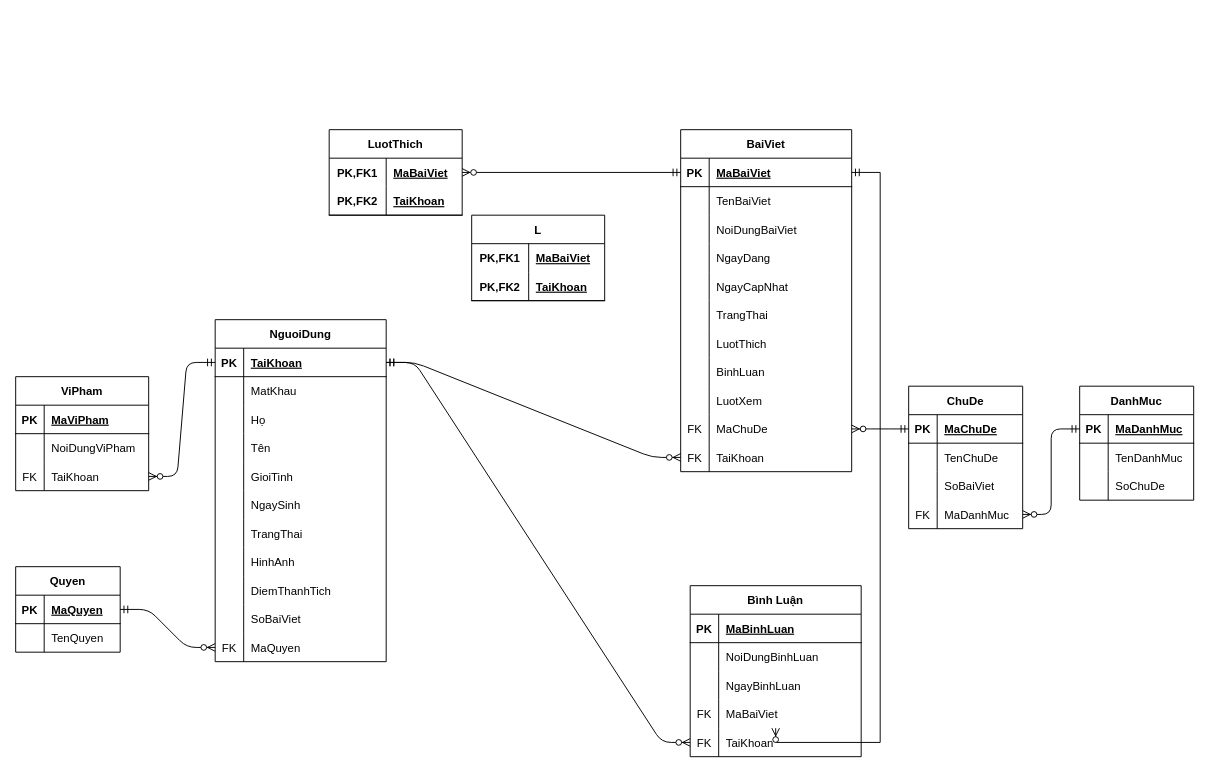
phanvandinh99/Forum keeps this draw.io diagram as page "Page-2" (2 of 2) of Other/Diagram.drawio. Above is the earlier version. Source tidied: cells renumbered, new cells numbered last; positions are measured from the earlier drawing's top-left corner, leaving out a move shared by most shapes. Both pictures are drawn from the tidied source at 95%, with x=0, y=0 at pixel (15, 129).
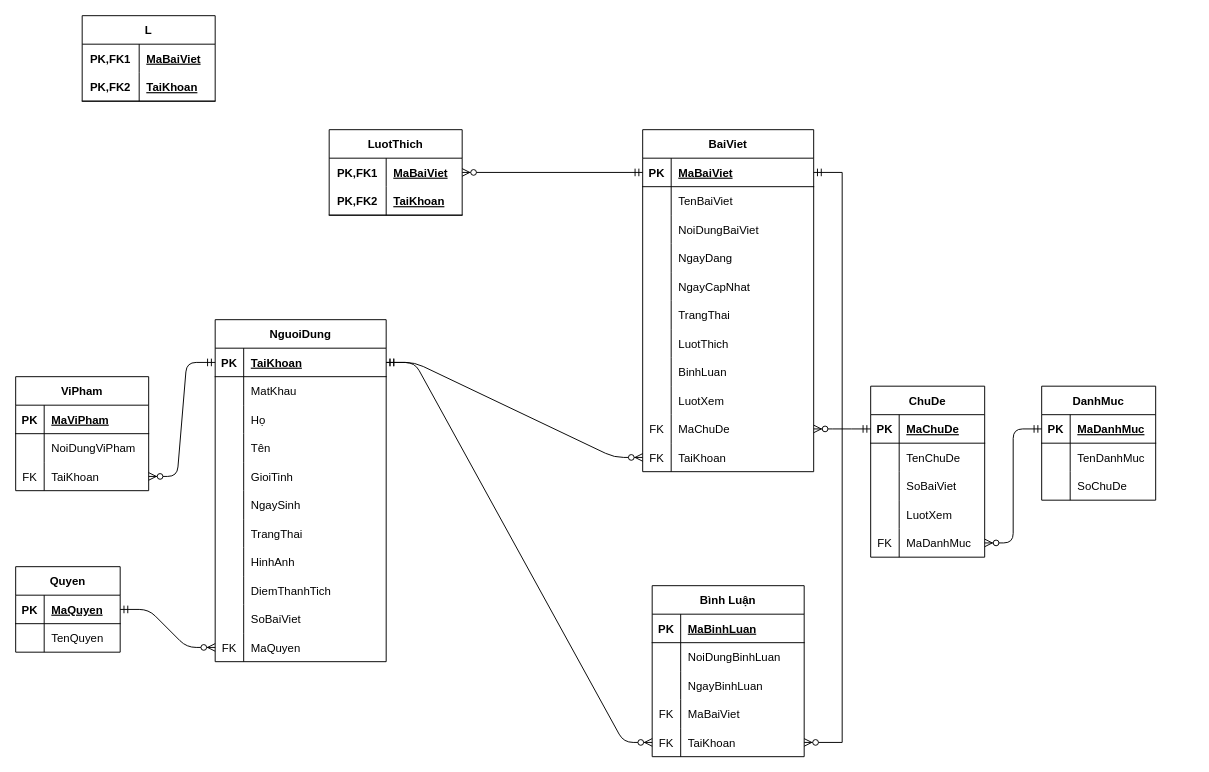
The same diagram, later.

Unchanged cells that the change refers to:
```xml
<mxCell id="3" style="shape=partialRectangle;fillColor=none;top=0;left=0;bottom=1;right=0;points=[[0,0.5],[1,0.5]];portConstraint=eastwest;" parent="2" vertex="1">
  <mxGeometry y="30" width="180" height="30" as="geometry" />
</mxCell>
```

The edit, as a diff of the source:
```diff
@@
     <mxCell id="2" value="BaiViet" style="shape=table;startSize=30;childLayout=tableLayout;rowLines=0;fontStyle=1;align=center;" parent="1" vertex="1">
-      <mxGeometry x="700" width="180" height="360" as="geometry" />
+      <mxGeometry x="660" width="180" height="360" as="geometry" />
     </mxCell>
@@
     <mxCell id="87" value="ChuDe" style="shape=table;startSize=30;childLayout=tableLayout;rowLines=0;fontStyle=1;align=center;" parent="1" vertex="1">
-      <mxGeometry x="940" y="270" width="120" height="150" as="geometry" />
+      <mxGeometry x="900" y="270" width="120" height="180" as="geometry" />
     </mxCell>
@@
+    <mxCell id="148" style="shape=partialRectangle;fillColor=none;top=0;left=0;bottom=0;right=0;" parent="87" vertex="1">
+      <mxGeometry y="120" width="120" height="30" as="geometry" />
+    </mxCell>
+    <mxCell id="149" style="shape=partialRectangle;fillColor=none;top=0;left=0;bottom=0;right=0;overflow=hidden;" parent="148" vertex="1">
+      <mxGeometry width="30" height="30" as="geometry" />
+    </mxCell>
+    <mxCell id="150" value="LuotXem" style="shape=partialRectangle;fillColor=none;top=0;left=0;bottom=0;right=0;align=left;spacingLeft=6;overflow=hidden;" parent="148" vertex="1">
+      <mxGeometry x="30" width="90" height="30" as="geometry" />
+    </mxCell>
     <mxCell id="97" style="shape=partialRectangle;fillColor=none;top=0;left=0;bottom=0;right=0;points=[[0,0.5],[1,0.5]];portConstraint=eastwest;" parent="87" vertex="1">
-      <mxGeometry y="120" width="120" height="30" as="geometry" />
+      <mxGeometry y="150" width="120" height="30" as="geometry" />
     </mxCell>
@@
     <mxCell id="100" value="DanhMuc" style="shape=table;startSize=30;childLayout=tableLayout;rowLines=0;fontStyle=1;align=center;" parent="1" vertex="1">
-      <mxGeometry x="1120" y="270" width="120" height="120" as="geometry" />
+      <mxGeometry x="1080" y="270" width="120" height="120" as="geometry" />
     </mxCell>
@@
     <mxCell id="114" value="Bình Luận" style="shape=table;startSize=30;childLayout=tableLayout;rowLines=0;fontStyle=1;align=center;" parent="1" vertex="1">
-      <mxGeometry x="710" y="480" width="180" height="180" as="geometry" />
+      <mxGeometry x="670" y="480" width="160" height="180" as="geometry" />
     </mxCell>
     <mxCell id="115" style="shape=partialRectangle;fillColor=none;top=0;left=0;bottom=1;right=0;" parent="114" vertex="1">
-      <mxGeometry y="30" width="180" height="30" as="geometry" />
+      <mxGeometry y="30" width="160" height="30" as="geometry" />
     </mxCell>
@@
     <mxCell id="117" value="MaBinhLuan" style="shape=partialRectangle;fillColor=none;top=0;left=0;bottom=0;right=0;align=left;spacingLeft=6;fontStyle=5;overflow=hidden;" parent="115" vertex="1">
-      <mxGeometry x="30" width="150" height="30" as="geometry" />
+      <mxGeometry x="30" width="130" height="30" as="geometry" />
     </mxCell>
     <mxCell id="118" style="shape=partialRectangle;fillColor=none;top=0;left=0;bottom=0;right=0;" parent="114" vertex="1">
-      <mxGeometry y="60" width="180" height="30" as="geometry" />
+      <mxGeometry y="60" width="160" height="30" as="geometry" />
     </mxCell>
@@
     <mxCell id="120" value="NoiDungBinhLuan" style="shape=partialRectangle;fillColor=none;top=0;left=0;bottom=0;right=0;align=left;spacingLeft=6;overflow=hidden;" parent="118" vertex="1">
-      <mxGeometry x="30" width="150" height="30" as="geometry" />
+      <mxGeometry x="30" width="130" height="30" as="geometry" />
     </mxCell>
     <mxCell id="121" style="shape=partialRectangle;fillColor=none;top=0;left=0;bottom=0;right=0;" parent="114" vertex="1">
-      <mxGeometry y="90" width="180" height="30" as="geometry" />
+      <mxGeometry y="90" width="160" height="30" as="geometry" />
     </mxCell>
@@
     <mxCell id="123" value="NgayBinhLuan" style="shape=partialRectangle;fillColor=none;top=0;left=0;bottom=0;right=0;align=left;spacingLeft=6;overflow=hidden;" parent="121" vertex="1">
-      <mxGeometry x="30" width="150" height="30" as="geometry" />
+      <mxGeometry x="30" width="130" height="30" as="geometry" />
     </mxCell>
     <mxCell id="124" style="shape=partialRectangle;fillColor=none;top=0;left=0;bottom=0;right=0;points=[[0,0.5],[1,0.5]];portConstraint=eastwest;" parent="114" vertex="1">
-      <mxGeometry y="120" width="180" height="30" as="geometry" />
+      <mxGeometry y="120" width="160" height="30" as="geometry" />
     </mxCell>
@@
     <mxCell id="126" value="MaBaiViet" style="shape=partialRectangle;fillColor=none;top=0;left=0;bottom=0;right=0;align=left;spacingLeft=6;overflow=hidden;" parent="124" vertex="1">
-      <mxGeometry x="30" width="150" height="30" as="geometry" />
+      <mxGeometry x="30" width="130" height="30" as="geometry" />
     </mxCell>
     <mxCell id="127" style="shape=partialRectangle;fillColor=none;top=0;left=0;bottom=0;right=0;points=[[0,0.5],[1,0.5]];portConstraint=eastwest;" parent="114" vertex="1">
-      <mxGeometry y="150" width="180" height="30" as="geometry" />
+      <mxGeometry y="150" width="160" height="30" as="geometry" />
     </mxCell>
@@
     <mxCell id="129" value="TaiKhoan" style="shape=partialRectangle;fillColor=none;top=0;left=0;bottom=0;right=0;align=left;spacingLeft=6;overflow=hidden;" parent="127" vertex="1">
-      <mxGeometry x="30" width="150" height="30" as="geometry" />
+      <mxGeometry x="30" width="130" height="30" as="geometry" />
     </mxCell>
@@
-    <mxCell id="131" style="edgeStyle=orthogonalEdgeStyle;rounded=0;jettySize=auto;html=1;startArrow=ERmandOne;startFill=0;endArrow=ERzeroToMany;endFill=1;" parent="1" edge="1" source="3" target="124">
+    <mxCell id="131" style="edgeStyle=orthogonalEdgeStyle;rounded=0;jettySize=auto;html=1;startArrow=ERmandOne;startFill=0;endArrow=ERzeroToMany;endFill=1;entryX=1;entryY=0.5;entryDx=0;entryDy=0;" parent="1" edge="1" source="3" target="127">
       <mxGeometry relative="1" as="geometry">
         <Array as="points">
-          <mxPoint x="910" y="45" />
-          <mxPoint x="910" y="645" />
+          <mxPoint x="870" y="45" />
+          <mxPoint x="870" y="645" />
         </Array>
       </mxGeometry>
     </mxCell>
@@
     <mxCell id="141" value="L" style="shape=table;startSize=30;childLayout=tableLayout;rowLines=0;fontStyle=1;align=center;" parent="1" vertex="1">
-      <mxGeometry x="480" y="90" width="140" height="90" as="geometry" />
+      <mxGeometry x="70" y="-120" width="140" height="90" as="geometry" />
     </mxCell>
```
